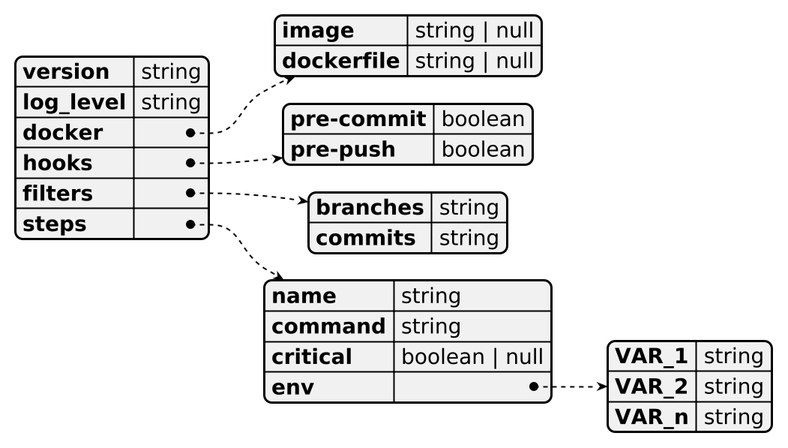
Above: Artefatos/diagrams/yaml.png in h3nc4/tmp (PlantUML), before the change.
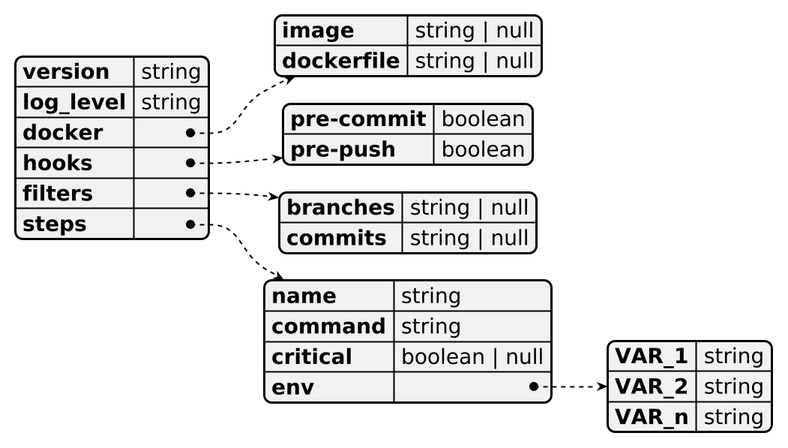
After the commit.

What changed in the source:
```diff
@@ -11,8 +11,8 @@
   pre-commit: boolean
   pre-push: boolean
 filters:
-  branches: string
-  commits: string
+  branches: string | null
+  commits: string | null
 steps:
   name: string
   command: string
```
